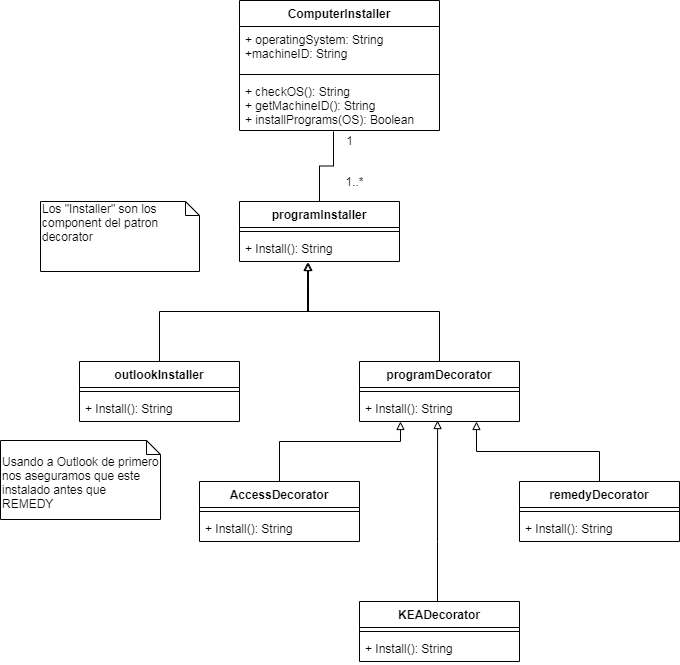
The draw.io diagram Diagrama de Clases.png in DiegoBranco/PD-F-2-2019, before a commit. Source tidied: cells renumbered, new cells last; positions are measured from the earlier drawing's top-left corner, leaving out a move shared by most shapes.
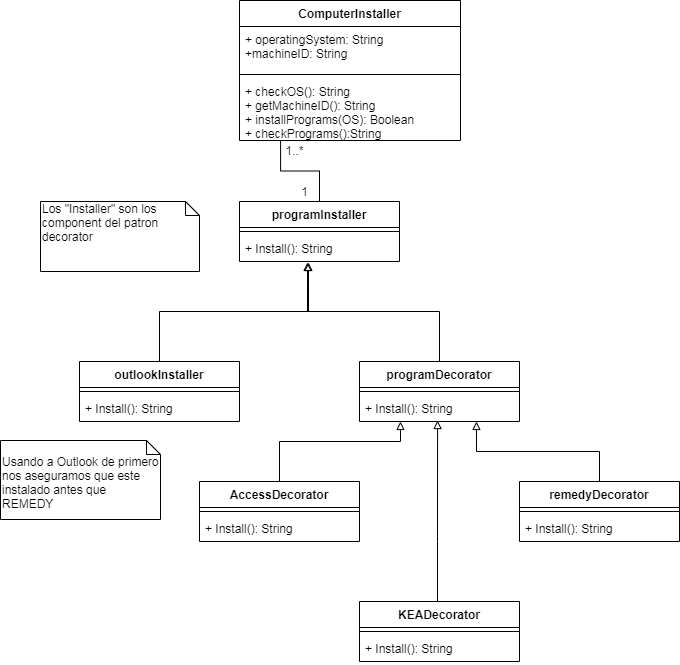
The same file after the commit.

What changed in the source:
```diff
@@ -2,14 +2,11 @@
   <root>
     <mxCell id="0" />
     <mxCell id="1" parent="0" />
-    <mxCell id="2" style="edgeStyle=orthogonalEdgeStyle;rounded=0;jettySize=auto;html=1;entryX=0.47;entryY=1.019;entryDx=0;entryDy=0;entryPerimeter=0;endArrow=none;endFill=0;" parent="1" edge="1" source="19" target="15">
-      <mxGeometry relative="1" as="geometry" />
-    </mxCell>
     <mxCell id="3" value="1" style="text;html=1;align=center;verticalAlign=middle;" parent="1" vertex="1">
-      <mxGeometry x="339" y="130" width="20" height="20" as="geometry" />
+      <mxGeometry x="294" y="181" width="20" height="20" as="geometry" />
     </mxCell>
     <mxCell id="4" value="1..*" style="text;html=1;align=center;verticalAlign=middle;" parent="1" vertex="1">
-      <mxGeometry x="339" y="171" width="30" height="20" as="geometry" />
+      <mxGeometry x="279" y="140" width="30" height="20" as="geometry" />
     </mxCell>
     <mxCell id="5" style="edgeStyle=orthogonalEdgeStyle;rounded=0;jettySize=auto;html=1;entryX=0.431;entryY=1.038;entryDx=0;entryDy=0;entryPerimeter=0;endArrow=block;endFill=0;" parent="1" edge="1" source="16" target="21">
       <mxGeometry relative="1" as="geometry" />
@@ -43,16 +40,16 @@
       <mxGeometry y="440" width="160" height="79" as="geometry" />
     </mxCell>
     <mxCell id="12" value="ComputerInstaller" style="swimlane;fontStyle=1;align=center;verticalAlign=top;horizontal=1;startSize=26;" parent="1" vertex="1">
-      <mxGeometry x="239" width="200" height="130" as="geometry" />
+      <mxGeometry x="239" width="221" height="140" as="geometry" />
     </mxCell>
     <mxCell id="13" value="+ operatingSystem: String&#10;+machineID: String" style="text;strokeColor=none;fillColor=none;align=left;verticalAlign=top;spacingLeft=4;spacingRight=4;overflow=hidden;" parent="12" vertex="1">
-      <mxGeometry y="26" width="200" height="44" as="geometry" />
+      <mxGeometry y="26" width="221" height="44" as="geometry" />
     </mxCell>
     <mxCell id="14" style="line;strokeWidth=1;fillColor=none;align=left;verticalAlign=middle;spacingTop=-1;spacingLeft=3;spacingRight=3;labelPosition=right;" parent="12" vertex="1">
-      <mxGeometry y="70" width="200" height="8" as="geometry" />
+      <mxGeometry y="70" width="221" height="8" as="geometry" />
     </mxCell>
-    <mxCell id="15" value="+ checkOS(): String&#10;+ getMachineID(): String&#10;+ installPrograms(OS): Boolean&#10;" style="text;strokeColor=none;fillColor=none;align=left;verticalAlign=top;spacingLeft=4;spacingRight=4;overflow=hidden;points=[[0,0.5],[1,0.5]];portConstraint=eastwest;" parent="12" vertex="1">
-      <mxGeometry y="78" width="200" height="52" as="geometry" />
+    <mxCell id="15" value="+ checkOS(): String&#10;+ getMachineID(): String&#10;+ installPrograms(OS): Boolean&#10;+ checkPrograms():String&#10;" style="text;strokeColor=none;fillColor=none;align=left;verticalAlign=top;spacingLeft=4;spacingRight=4;overflow=hidden;points=[[0,0.5],[1,0.5]];portConstraint=eastwest;" parent="12" vertex="1">
+      <mxGeometry y="78" width="221" height="62" as="geometry" />
     </mxCell>
     <mxCell id="16" value="outlookInstaller" style="swimlane;fontStyle=1;align=center;verticalAlign=top;horizontal=1;startSize=26;" parent="1" vertex="1">
       <mxGeometry x="79" y="361" width="160" height="60" as="geometry" />
@@ -63,6 +60,9 @@
     <mxCell id="18" value="+ Install(): String" style="text;strokeColor=none;fillColor=none;align=left;verticalAlign=top;spacingLeft=4;spacingRight=4;overflow=hidden;" parent="16" vertex="1">
       <mxGeometry y="34" width="160" height="26" as="geometry" />
     </mxCell>
+    <mxCell id="2" style="edgeStyle=orthogonalEdgeStyle;rounded=0;jettySize=auto;html=1;entryX=0.186;entryY=1;entryDx=0;entryDy=0;entryPerimeter=0;endArrow=none;endFill=0;" parent="1" edge="1" source="19" target="15">
+      <mxGeometry relative="1" as="geometry" />
+    </mxCell>
     <mxCell id="19" value="programInstaller" style="swimlane;fontStyle=1;align=center;verticalAlign=top;horizontal=1;startSize=26;" parent="1" vertex="1">
       <mxGeometry x="239" y="201" width="160" height="60" as="geometry" />
     </mxCell>
```
